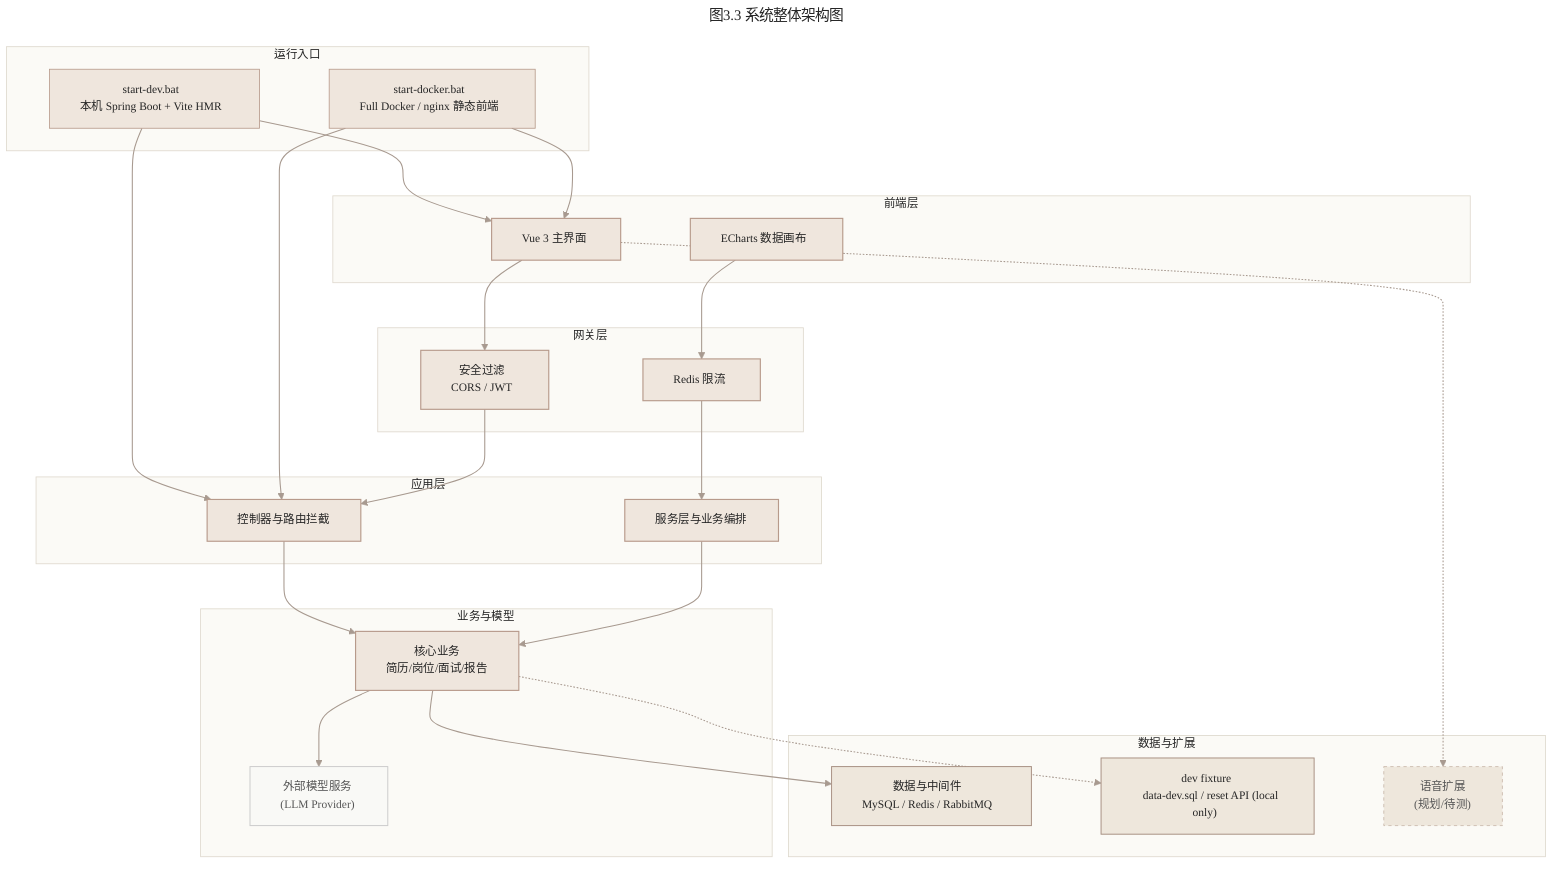
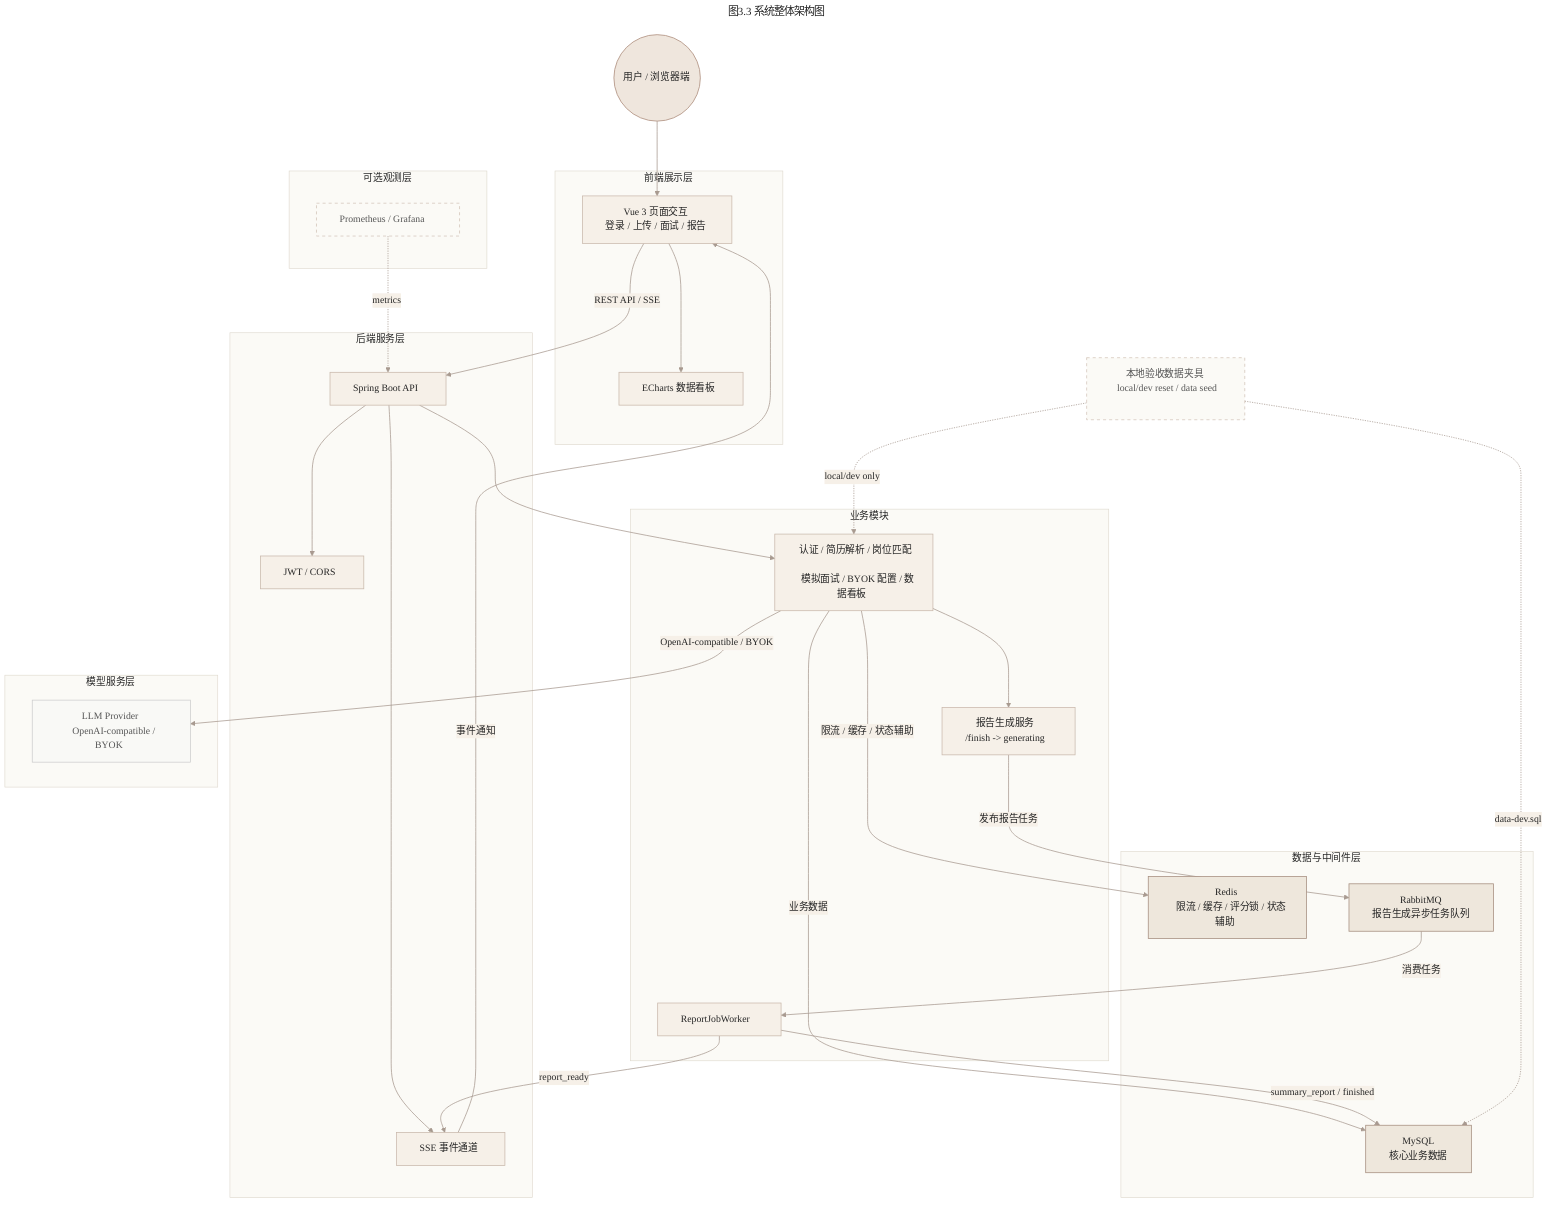
---
title: 图3.3 系统整体架构图
---
%%{init: {
  "theme": "base",
  "themeVariables": {
    "background": "#FAF8F2",
    "primaryColor": "#EFE6DD",
    "primaryBorderColor": "#B79A8B",
    "primaryTextColor": "#252525",
    "lineColor": "#A89A90",
    "secondaryColor": "#F6F0E8",
    "tertiaryColor": "#FBFAF6",
    "fontFamily": "system-ui, -apple-system, \"Microsoft YaHei\", sans-serif",
-     "fontSize": "14px",
-     "nodePadding": "15px"
+     "fontSize": "16px",
+     "nodePadding": "16px"
  },
  "flowchart": {
-     "nodeSpacing": 85,
-     "rankSpacing": 55
+     "nodeSpacing": 70,
+     "rankSpacing": 82,
+     "curve": "basis"
  }
}}%%
flowchart TB
-   subgraph Layer0[" &nbsp; 运行入口 &nbsp; "]
-     start_dev[" &nbsp; start-dev.bat &nbsp; <br/> &nbsp; 本机 Spring Boot + Vite HMR &nbsp; "]
-     start_docker[" &nbsp; start-docker.bat &nbsp; <br/> &nbsp; Full Docker / nginx 静态前端 &nbsp; "]
+   user((" &nbsp; 用户 / 浏览器端 &nbsp; "))
+ 
+   subgraph Frontend[" &nbsp; 前端展示层 &nbsp; "]
+     ui[" &nbsp; Vue 3 页面交互 &nbsp; <br/> &nbsp; 登录 / 上传 / 面试 / 报告 &nbsp; "]
+     chart[" &nbsp; ECharts 数据看板 &nbsp; "]
  end

-   subgraph Layer1[" &nbsp; 前端层 &nbsp; "]
-     fe_web[" &nbsp; Vue 3 主界面 &nbsp; "]
-     fe_charts[" &nbsp; ECharts 数据画布 &nbsp; "]
+   subgraph Backend[" &nbsp; 后端服务层 &nbsp; "]
+     api[" &nbsp; Spring Boot API &nbsp; "]
+     security[" &nbsp; JWT / CORS &nbsp; "]
+     sse[" &nbsp; SSE 事件通道 &nbsp; "]
  end

-   subgraph Layer2[" &nbsp; 网关层 &nbsp; "]
-     gate_sec[" &nbsp; 安全过滤 &nbsp; <br/> &nbsp; CORS / JWT &nbsp; "]
-     gate_limit[" &nbsp; Redis 限流 &nbsp; "]
+   subgraph Business[" &nbsp; 业务模块 &nbsp; "]
+     core[" &nbsp; 认证 / 简历解析 / 岗位匹配 &nbsp; <br/> &nbsp; 模拟面试 / BYOK 配置 / 数据看板 &nbsp; "]
+     report[" &nbsp; 报告生成服务 &nbsp; <br/> &nbsp; /finish -> generating &nbsp; "]
+     worker[" &nbsp; ReportJobWorker &nbsp; "]
  end

-   subgraph Layer3[" &nbsp; 应用层 &nbsp; "]
-     app_ctrl[" &nbsp; 控制器与路由拦截 &nbsp; "]
-     app_orche[" &nbsp; 服务层与业务编排 &nbsp; "]
+   subgraph Model[" &nbsp; 模型服务层 &nbsp; "]
+     llm[" &nbsp; LLM Provider &nbsp; <br/> &nbsp; OpenAI-compatible / BYOK &nbsp; "]
  end

-   subgraph Layer4[" &nbsp; 业务与模型 &nbsp; "]
-     core[" &nbsp; 核心业务 &nbsp; <br/> &nbsp; 简历/岗位/面试/报告 &nbsp; "]
-     llm[" &nbsp; 外部模型服务 &nbsp; <br/> &nbsp; (LLM Provider) &nbsp; "]
+   subgraph Data[" &nbsp; 数据与中间件层 &nbsp; "]
+     mysql[" &nbsp; MySQL &nbsp; <br/> &nbsp; 核心业务数据 &nbsp; "]
+     redis[" &nbsp; Redis &nbsp; <br/> &nbsp; 限流 / 缓存 / 评分锁 / 状态辅助 &nbsp; "]
+     rabbit[" &nbsp; RabbitMQ &nbsp; <br/> &nbsp; 报告生成异步任务队列 &nbsp; "]
  end

-   subgraph Layer5[" &nbsp; 数据与扩展 &nbsp; "]
-     data[" &nbsp; 数据与中间件 &nbsp; <br/> &nbsp; MySQL / Redis / RabbitMQ &nbsp; "]
-     dev_fixture[" &nbsp; dev fixture &nbsp; <br/> &nbsp; data-dev.sql / reset API (local only) &nbsp; "]
-     voice[" &nbsp; 语音扩展 &nbsp; <br/> &nbsp; (规划/待测) &nbsp; "]
+   subgraph Observability[" &nbsp; 可选观测层 &nbsp; "]
+     monitor[" &nbsp; Prometheus / Grafana &nbsp; "]
  end

-   start_dev --> fe_web
-   start_dev --> app_ctrl
-   start_docker --> fe_web
-   start_docker --> app_ctrl
+   fixture[" &nbsp; 本地验收数据夹具 &nbsp; <br/> &nbsp; local/dev reset / data seed &nbsp; "]

-   fe_web --> gate_sec
-   fe_charts --> gate_limit
+   user --> ui
+   ui --> chart
+   ui -->|REST API / SSE| api
+   api --> security
+   api --> core
+   api --> sse

-   gate_sec --> app_ctrl
-   gate_limit --> app_orche
+   core -->|业务数据| mysql
+   core -->|限流 / 缓存 / 状态辅助| redis
+   core -->|OpenAI-compatible / BYOK| llm
+   core --> report
+   report -->|发布报告任务| rabbit
+   rabbit -->|消费任务| worker
+   worker -->|summary_report / finished| mysql
+   worker -->|report_ready| sse
+   sse -->|事件通知| ui

-   app_ctrl --> core
-   app_orche --> core
+   fixture -.->|local/dev only| core
+   fixture -.->|data-dev.sql| mysql
+   monitor -.->|metrics| api

-   core --> llm
-   core --> data
-   core -.-> dev_fixture
-   fe_web -.-> voice
+   classDef actor fill:#EFE6DD,stroke:#B79A8B,stroke-width:1.5px,color:#252525
+   classDef layer fill:#FBFAF6,stroke:#DED8CD,color:#252525
+   classDef main fill:#F6F0E8,stroke:#C8B7AA,stroke-width:1.2px,color:#252525
+   classDef store fill:#EEE7DC,stroke:#A89183,stroke-width:1.3px,color:#252525
+   classDef ext fill:#F9F9F6,stroke:#CCCCCC,stroke-width:1.2px,color:#555555
+   classDef optional fill:#FBFAF6,stroke:#C8B7AA,stroke-dasharray: 5 5,color:#555555

-   classDef layer fill:#FBFAF6,stroke:#DED8CD,color:#252525
-   classDef main fill:#EFE6DD,stroke:#B79A8B,stroke-width:1.4px,color:#252525
-   classDef store fill:#EEE7DC,stroke:#A89183,stroke-width:1.2px,color:#252525
-   classDef ext fill:#F9F9F6,stroke:#CCCCCC,stroke-width:1.2px,color:#555555
-   classDef plan fill:#EEE7DC,stroke:#C8B7AA,stroke-dasharray: 4 4,color:#555555
- 
-   class Layer0,Layer1,Layer2,Layer3,Layer4,Layer5 layer
-   class fe_web,fe_charts,gate_sec,gate_limit,app_ctrl,app_orche,core main
-   class data,dev_fixture store
+   class user actor
+   class Frontend,Backend,Business,Model,Data,Observability layer
+   class ui,chart,api,security,sse,core,report,worker main
+   class mysql,redis,rabbit store
  class llm ext
-   class voice plan
-   linkStyle default stroke:#A89A90,stroke-width:1.3px
+   class fixture,monitor optional
+   linkStyle default stroke:#A89A90,stroke-width:1.25px
